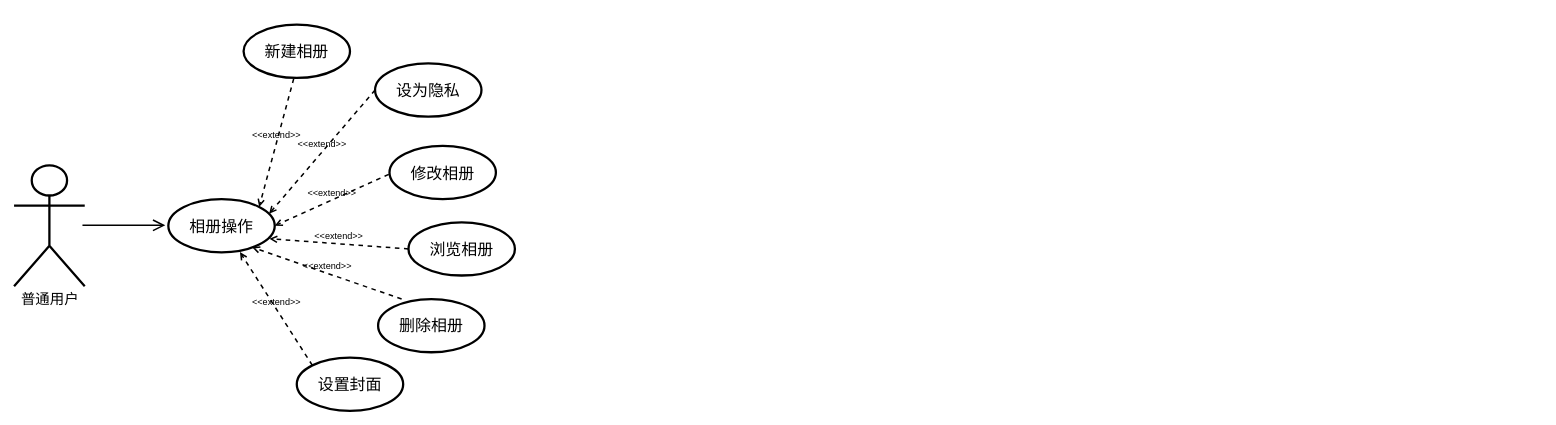
This is page "第 3 页" (3 of 4) of 相册管理.drawio from IRiDecenT/graph, a draw.io file, before an edit. Source tidied: cells renumbered, new cells numbered last; positions are measured from the earlier drawing's top-left corner, leaving out a move shared by most shapes. Both pictures are drawn from the tidied source at 76%, with x=0, y=0 at pixel (14, 24).
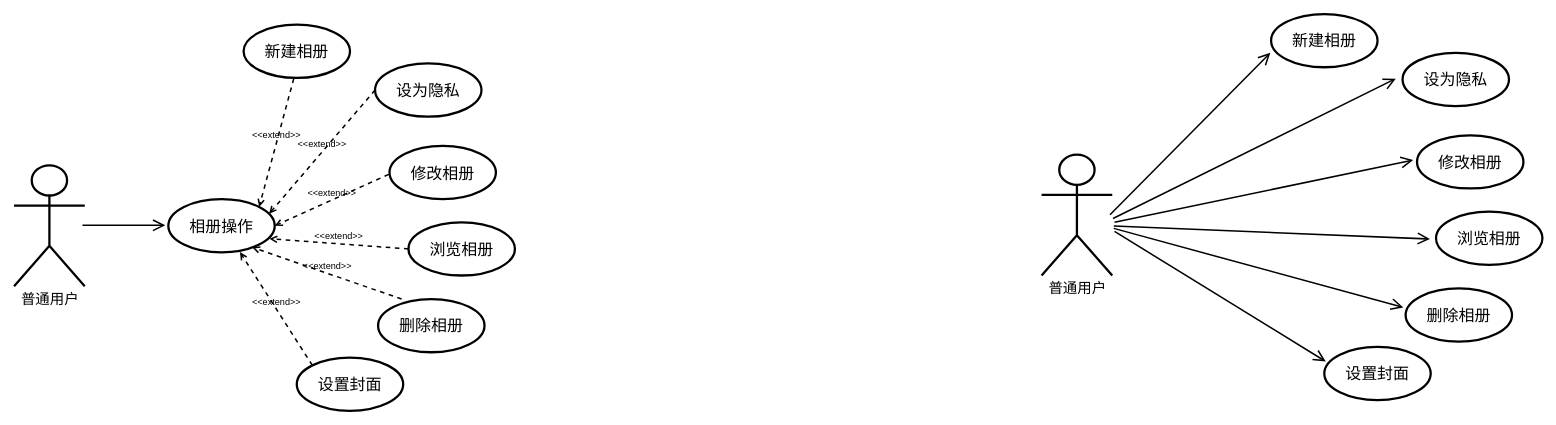
The same diagram, later.

What changed in the source:
```diff
@@
+    <mxCell id="17" value="&lt;font style=&quot;font-size: 19px;&quot;&gt;普通用户&lt;/font&gt;" style="shape=umlActor;verticalLabelPosition=bottom;verticalAlign=top;html=1;strokeWidth=3;" parent="1" vertex="1">
+      <mxGeometry x="1352" y="171" width="93" height="159" as="geometry" />
+    </mxCell>
+    <mxCell id="18" style="endArrow=open;endFill=1;endSize=12;html=1;rounded=0;strokeWidth=2;" parent="1" edge="1">
+      <mxGeometry relative="1" as="geometry">
+        <mxPoint x="1442" y="250" as="sourcePoint" />
+        <mxPoint x="1653" y="37" as="targetPoint" />
+      </mxGeometry>
+    </mxCell>
+    <mxCell id="19" value="&lt;span style=&quot;font-size: 21px;&quot;&gt;新建相册&lt;/span&gt;" style="ellipse;whiteSpace=wrap;html=1;strokeWidth=3;" parent="1" vertex="1">
+      <mxGeometry x="1654" y="-14" width="140" height="70" as="geometry" />
+    </mxCell>
+    <mxCell id="20" value="&lt;span style=&quot;font-size: 21px;&quot;&gt;设为隐私&lt;/span&gt;" style="ellipse;whiteSpace=wrap;html=1;strokeWidth=3;" parent="1" vertex="1">
+      <mxGeometry x="1827" y="37" width="140" height="70" as="geometry" />
+    </mxCell>
+    <mxCell id="21" value="&lt;span style=&quot;font-size: 21px;&quot;&gt;浏览相册&lt;/span&gt;" style="ellipse;whiteSpace=wrap;html=1;strokeWidth=3;" parent="1" vertex="1">
+      <mxGeometry x="1871" y="246" width="140" height="70" as="geometry" />
+    </mxCell>
+    <mxCell id="22" value="&lt;span style=&quot;font-size: 21px;&quot;&gt;删除相册&lt;/span&gt;" style="ellipse;whiteSpace=wrap;html=1;strokeWidth=3;" parent="1" vertex="1">
+      <mxGeometry x="1831" y="347" width="140" height="70" as="geometry" />
+    </mxCell>
+    <mxCell id="23" value="&lt;span style=&quot;font-size: 21px;&quot;&gt;修改相册&lt;/span&gt;" style="ellipse;whiteSpace=wrap;html=1;strokeWidth=3;" parent="1" vertex="1">
+      <mxGeometry x="1846" y="145.5" width="140" height="70" as="geometry" />
+    </mxCell>
+    <mxCell id="24" value="&lt;span style=&quot;font-size: 21px;&quot;&gt;设置封面&lt;/span&gt;" style="ellipse;whiteSpace=wrap;html=1;strokeWidth=3;" parent="1" vertex="1">
+      <mxGeometry x="1724" y="424" width="140" height="70" as="geometry" />
+    </mxCell>
+    <mxCell id="25" style="endArrow=open;endFill=1;endSize=12;html=1;rounded=0;strokeWidth=2;" parent="1" edge="1">
+      <mxGeometry relative="1" as="geometry">
+        <mxPoint x="1446" y="255" as="sourcePoint" />
+        <mxPoint x="1818" y="71" as="targetPoint" />
+      </mxGeometry>
+    </mxCell>
+    <mxCell id="26" style="endArrow=open;endFill=1;endSize=12;html=1;rounded=0;strokeWidth=2;" parent="1" edge="1">
+      <mxGeometry relative="1" as="geometry">
+        <mxPoint x="1448" y="260" as="sourcePoint" />
+        <mxPoint x="1841" y="178" as="targetPoint" />
+      </mxGeometry>
+    </mxCell>
+    <mxCell id="27" style="endArrow=open;endFill=1;endSize=12;html=1;rounded=0;strokeWidth=2;" parent="1" edge="1">
+      <mxGeometry relative="1" as="geometry">
+        <mxPoint x="1447" y="265" as="sourcePoint" />
+        <mxPoint x="1863" y="282" as="targetPoint" />
+      </mxGeometry>
+    </mxCell>
+    <mxCell id="28" style="endArrow=open;endFill=1;endSize=12;html=1;rounded=0;strokeWidth=2;" parent="1" edge="1">
+      <mxGeometry relative="1" as="geometry">
+        <mxPoint x="1447" y="268" as="sourcePoint" />
+        <mxPoint x="1828" y="372" as="targetPoint" />
+      </mxGeometry>
+    </mxCell>
+    <mxCell id="29" style="endArrow=open;endFill=1;endSize=12;html=1;rounded=0;strokeWidth=2;entryX=0.014;entryY=0.274;entryDx=0;entryDy=0;entryPerimeter=0;" parent="1" edge="1" target="24">
+      <mxGeometry relative="1" as="geometry">
+        <mxPoint x="1448" y="272" as="sourcePoint" />
+      </mxGeometry>
+    </mxCell>
```
